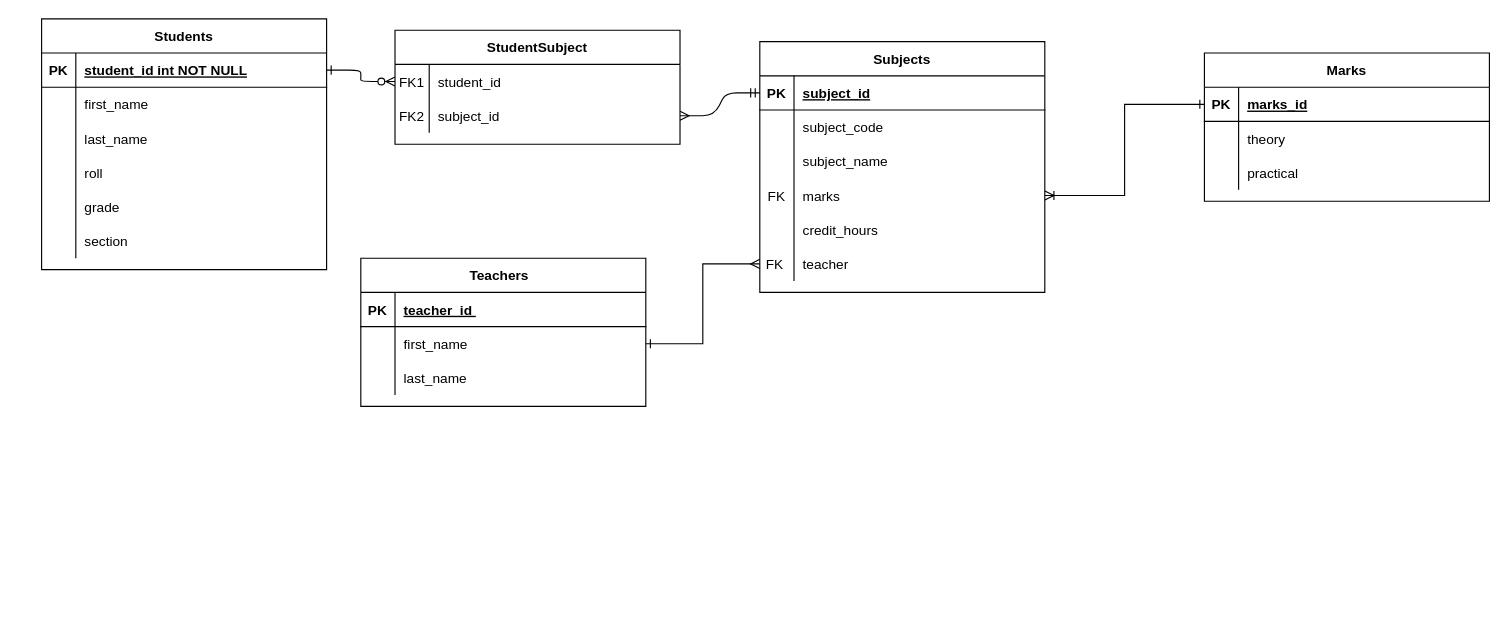
Bhuwan-web/gradesheet keeps this draw.io diagram as student_record/Untitled Diagram.drawio. Above is the earlier version. Source tidied: cells renumbered, new cells numbered last; positions are measured from the earlier drawing's top-left corner, leaving out a move shared by most shapes. Both pictures are drawn from the tidied source at 114%, with x=0, y=0 at pixel (41, 18).
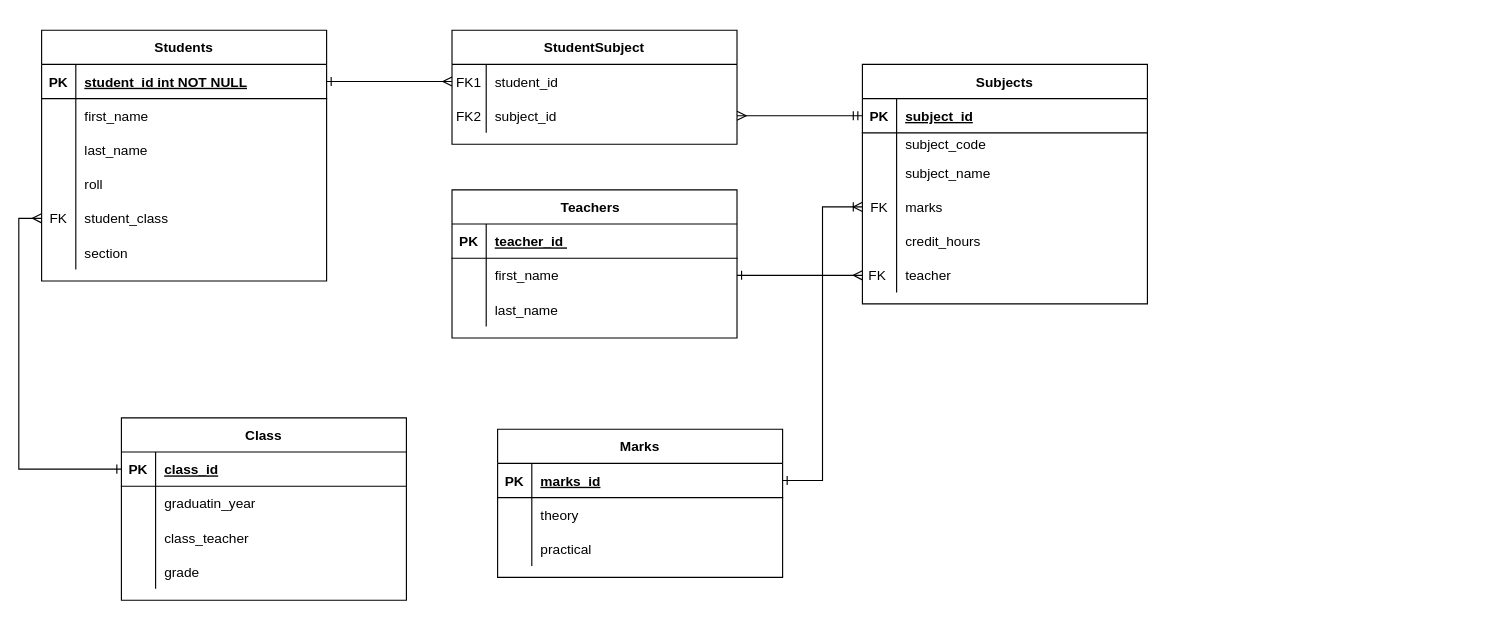
The same page after the edit.

Unchanged cells that the change refers to:
```xml
<mxCell id="5" style="shape=partialRectangle;fillColor=none;points=[[0,0.5],[1,0.5]];portConstraint=eastwest;top=0;left=0;right=0;bottom=0;" parent="4" vertex="1">
  <mxGeometry y="30" width="250" height="30" as="geometry" />
</mxCell>
<mxCell id="8" style="shape=partialRectangle;fillColor=none;points=[[0,0.5],[1,0.5]];portConstraint=eastwest;top=0;left=0;right=0;bottom=0;" parent="4" vertex="1">
  <mxGeometry y="60" width="250" height="30" as="geometry" />
</mxCell>
<mxCell id="12" style="shape=partialRectangle;fillColor=none;points=[[0,0.5],[1,0.5]];portConstraint=eastwest;top=0;left=0;right=0;bottom=1;" parent="11" vertex="1">
  <mxGeometry y="30" width="250" height="30" as="geometry" />
</mxCell>
<mxCell id="31" style="shape=partialRectangle;fillColor=none;points=[[0,0.5],[1,0.5]];portConstraint=eastwest;top=0;left=0;right=0;bottom=1;" parent="30" vertex="1">
  <mxGeometry y="30" width="250" height="30" as="geometry" />
</mxCell>
<mxCell id="41" style="shape=partialRectangle;fillColor=none;points=[[0,0.5],[1,0.5]];portConstraint=eastwest;top=0;left=0;right=0;bottom=1;" parent="40" vertex="1">
  <mxGeometry y="30" width="250" height="30" as="geometry" />
</mxCell>
<mxCell id="53" style="shape=partialRectangle;fillColor=none;points=[[0,0.5],[1,0.5]];portConstraint=eastwest;top=0;left=0;right=0;bottom=0;" parent="40" vertex="1">
  <mxGeometry y="150" width="250" height="30" as="geometry" />
</mxCell>
```

Diff of the diagram source:
```diff
@@
-    <mxCell id="2" style="edgeStyle=entityRelationEdgeStyle;endArrow=ERzeroToMany;startArrow=ERone;endFill=1;startFill=0;" parent="1" edge="1" source="41" target="5">
+    <mxCell id="2" style="edgeStyle=orthogonalEdgeStyle;endArrow=ERmany;startArrow=ERone;endFill=0;startFill=0;" parent="1" edge="1" source="41" target="5">
       <mxGeometry relative="1" as="geometry" />
     </mxCell>
-    <mxCell id="3" style="edgeStyle=entityRelationEdgeStyle;endArrow=ERmandOne;startArrow=ERmany;endFill=0;startFill=0;entryX=0;entryY=0.5;entryDx=0;entryDy=0;" parent="1" edge="1" source="8" target="12">
-      <mxGeometry relative="1" as="geometry">
-        <Array as="points">
-          <mxPoint x="727" y="133" />
-        </Array>
-      </mxGeometry>
+    <mxCell id="3" style="edgeStyle=orthogonalEdgeStyle;endArrow=ERmandOne;startArrow=ERmany;endFill=0;startFill=0;entryX=0;entryY=0.5;entryDx=0;entryDy=0;" parent="1" edge="1" source="8" target="12">
+      <mxGeometry relative="1" as="geometry" />
     </mxCell>
     <mxCell id="4" value="StudentSubject" style="shape=table;startSize=30;childLayout=tableLayout;rowLines=0;fontStyle=1;align=center;" parent="1" vertex="1">
-      <mxGeometry x="310" y="10" width="250" height="100" as="geometry" />
+      <mxGeometry x="360" y="10" width="250" height="100" as="geometry" />
     </mxCell>
@@
     <mxCell id="11" value="Subjects" style="shape=table;startSize=30;childLayout=tableLayout;rowLines=0;fontStyle=1;align=center;" parent="1" vertex="1">
-      <mxGeometry x="630" y="20" width="250" height="220" as="geometry" />
+      <mxGeometry x="720" y="40" width="250" height="210" as="geometry" />
     </mxCell>
@@
     <mxCell id="15" style="shape=partialRectangle;fillColor=none;top=0;left=0;right=0;bottom=0;" parent="11" vertex="1">
-      <mxGeometry y="60" width="250" height="30" as="geometry" />
+      <mxGeometry y="60" width="250" height="20" as="geometry" />
     </mxCell>
     <mxCell id="16" style="shape=partialRectangle;overflow=hidden;fillColor=none;top=0;left=0;bottom=0;right=0;" parent="15" vertex="1">
-      <mxGeometry width="30" height="30" as="geometry" />
+      <mxGeometry width="30" height="20" as="geometry" />
     </mxCell>
     <mxCell id="17" value="subject_code" style="shape=partialRectangle;overflow=hidden;fillColor=none;top=0;left=0;bottom=0;right=0;align=left;spacingLeft=6;" parent="15" vertex="1">
-      <mxGeometry x="30" width="220" height="30" as="geometry" />
+      <mxGeometry x="30" width="220" height="20" as="geometry" />
     </mxCell>
     <mxCell id="18" style="shape=partialRectangle;fillColor=none;top=0;left=0;right=0;bottom=0;" parent="11" vertex="1">
-      <mxGeometry y="90" width="250" height="30" as="geometry" />
+      <mxGeometry y="80" width="250" height="30" as="geometry" />
     </mxCell>
@@
     <mxCell id="21" style="shape=partialRectangle;fillColor=none;points=[[0,0.5],[1,0.5]];portConstraint=eastwest;top=0;left=0;right=0;bottom=0;" parent="11" vertex="1">
-      <mxGeometry y="120" width="250" height="30" as="geometry" />
+      <mxGeometry y="110" width="250" height="30" as="geometry" />
     </mxCell>
@@
     <mxCell id="24" style="shape=partialRectangle;fillColor=none;top=0;left=0;right=0;bottom=0;" parent="11" vertex="1">
-      <mxGeometry y="150" width="250" height="30" as="geometry" />
+      <mxGeometry y="140" width="250" height="30" as="geometry" />
     </mxCell>
@@
     <mxCell id="27" style="shape=partialRectangle;fillColor=none;points=[[0,0.5],[1,0.5]];portConstraint=eastwest;top=0;left=0;right=0;bottom=0;" parent="11" vertex="1">
-      <mxGeometry y="180" width="250" height="30" as="geometry" />
+      <mxGeometry y="170" width="250" height="30" as="geometry" />
     </mxCell>
@@
     <mxCell id="30" value="Marks" style="shape=table;startSize=30;childLayout=tableLayout;rowLines=0;fontStyle=1;align=center;" parent="1" vertex="1">
-      <mxGeometry x="1020" y="30" width="250" height="130" as="geometry" />
+      <mxGeometry x="400" y="360" width="250" height="130" as="geometry" />
     </mxCell>
@@
     <mxCell id="40" value="Students" style="shape=table;startSize=30;childLayout=tableLayout;rowLines=0;fontStyle=1;align=center;" parent="1" vertex="1">
-      <mxGeometry width="250" height="220" as="geometry" />
+      <mxGeometry y="10" width="250" height="220" as="geometry" />
     </mxCell>
@@
-    <mxCell id="54" style="shape=partialRectangle;overflow=hidden;fillColor=none;top=0;left=0;bottom=0;right=0;" parent="53" vertex="1">
+    <mxCell id="54" value="FK" style="shape=partialRectangle;overflow=hidden;fillColor=none;top=0;left=0;bottom=0;right=0;" parent="53" vertex="1">
       <mxGeometry width="30" height="30" as="geometry" />
     </mxCell>
-    <mxCell id="55" value="grade" style="shape=partialRectangle;overflow=hidden;fillColor=none;top=0;left=0;bottom=0;right=0;align=left;spacingLeft=6;" parent="53" vertex="1">
+    <mxCell id="55" value="student_class" style="shape=partialRectangle;overflow=hidden;fillColor=none;top=0;left=0;bottom=0;right=0;align=left;spacingLeft=6;" parent="53" vertex="1">
       <mxGeometry x="30" width="220" height="30" as="geometry" />
     </mxCell>
@@
     <mxCell id="59" value="Teachers  " style="shape=table;startSize=30;childLayout=tableLayout;rowLines=0;fontStyle=1;align=center;" parent="1" vertex="1">
-      <mxGeometry x="280" y="210" width="250" height="130" as="geometry" />
+      <mxGeometry x="360" y="150" width="250" height="130" as="geometry" />
     </mxCell>
@@
-    <mxCell id="70" style="edgeStyle=orthogonalEdgeStyle;rounded=0;jettySize=auto;html=1;exitX=0;exitY=0.5;exitDx=0;exitDy=0;entryX=1;entryY=0.5;entryDx=0;entryDy=0;endArrow=ERoneToMany;endFill=0;startArrow=ERone;startFill=0;" parent="1" edge="1" source="31" target="21">
+    <mxCell id="70" style="edgeStyle=orthogonalEdgeStyle;rounded=0;jettySize=auto;html=1;exitX=1;exitY=0.5;exitDx=0;exitDy=0;entryX=0;entryY=0.5;entryDx=0;entryDy=0;endArrow=ERoneToMany;endFill=0;startArrow=ERone;startFill=0;" parent="1" edge="1" source="31" target="21">
       <mxGeometry relative="1" as="geometry" />
     </mxCell>
+    <mxCell id="71" style="rounded=0;jettySize=auto;html=1;entryX=0;entryY=0.5;entryDx=0;entryDy=0;exitX=0;exitY=0.5;exitDx=0;exitDy=0;edgeStyle=orthogonalEdgeStyle;startArrow=ERmany;startFill=0;endArrow=ERone;endFill=0;" parent="1" edge="1" source="53" target="73">
+      <mxGeometry relative="1" as="geometry" />
+    </mxCell>
+    <mxCell id="72" value="Class" style="shape=table;startSize=30;childLayout=tableLayout;rowLines=0;fontStyle=1;align=center;" parent="1" vertex="1">
+      <mxGeometry x="70" y="350" width="250" height="160" as="geometry" />
+    </mxCell>
+    <mxCell id="73" style="shape=partialRectangle;fillColor=none;points=[[0,0.5],[1,0.5]];portConstraint=eastwest;top=0;left=0;right=0;bottom=1;" parent="72" vertex="1">
+      <mxGeometry y="30" width="250" height="30" as="geometry" />
+    </mxCell>
+    <mxCell id="74" value="PK" style="shape=partialRectangle;overflow=hidden;fillColor=none;top=0;left=0;bottom=0;right=0;fontStyle=1;" parent="73" vertex="1">
+      <mxGeometry width="30" height="30" as="geometry" />
+    </mxCell>
+    <mxCell id="75" value="class_id" style="shape=partialRectangle;overflow=hidden;fillColor=none;top=0;left=0;bottom=0;right=0;align=left;spacingLeft=6;fontStyle=5;" parent="73" vertex="1">
+      <mxGeometry x="30" width="220" height="30" as="geometry" />
+    </mxCell>
+    <mxCell id="76" style="shape=partialRectangle;fillColor=none;top=0;left=0;right=0;bottom=0;" parent="72" vertex="1">
+      <mxGeometry y="60" width="250" height="30" as="geometry" />
+    </mxCell>
+    <mxCell id="77" style="shape=partialRectangle;overflow=hidden;fillColor=none;top=0;left=0;bottom=0;right=0;" parent="76" vertex="1">
+      <mxGeometry width="30" height="30" as="geometry" />
+    </mxCell>
+    <mxCell id="78" value="graduatin_year   " style="shape=partialRectangle;overflow=hidden;fillColor=none;top=0;left=0;bottom=0;right=0;align=left;spacingLeft=6;" parent="76" vertex="1">
+      <mxGeometry x="30" width="220" height="30" as="geometry" />
+    </mxCell>
+    <mxCell id="79" style="shape=partialRectangle;fillColor=none;top=0;left=0;right=0;bottom=0;" parent="72" vertex="1">
+      <mxGeometry y="90" width="250" height="30" as="geometry" />
+    </mxCell>
+    <mxCell id="80" style="shape=partialRectangle;overflow=hidden;fillColor=none;top=0;left=0;bottom=0;right=0;" parent="79" vertex="1">
+      <mxGeometry width="30" height="30" as="geometry" />
+    </mxCell>
+    <mxCell id="81" value="class_teacher" style="shape=partialRectangle;overflow=hidden;fillColor=none;top=0;left=0;bottom=0;right=0;align=left;spacingLeft=6;" parent="79" vertex="1">
+      <mxGeometry x="30" width="220" height="30" as="geometry" />
+    </mxCell>
+    <mxCell id="82" style="shape=partialRectangle;fillColor=none;top=0;left=0;right=0;bottom=0;" parent="72" vertex="1">
+      <mxGeometry y="120" width="250" height="30" as="geometry" />
+    </mxCell>
+    <mxCell id="83" style="shape=partialRectangle;overflow=hidden;fillColor=none;top=0;left=0;bottom=0;right=0;" parent="82" vertex="1">
+      <mxGeometry width="30" height="30" as="geometry" />
+    </mxCell>
+    <mxCell id="84" value="grade   " style="shape=partialRectangle;overflow=hidden;fillColor=none;top=0;left=0;bottom=0;right=0;align=left;spacingLeft=6;" parent="82" vertex="1">
+      <mxGeometry x="30" width="220" height="30" as="geometry" />
+    </mxCell>
```
